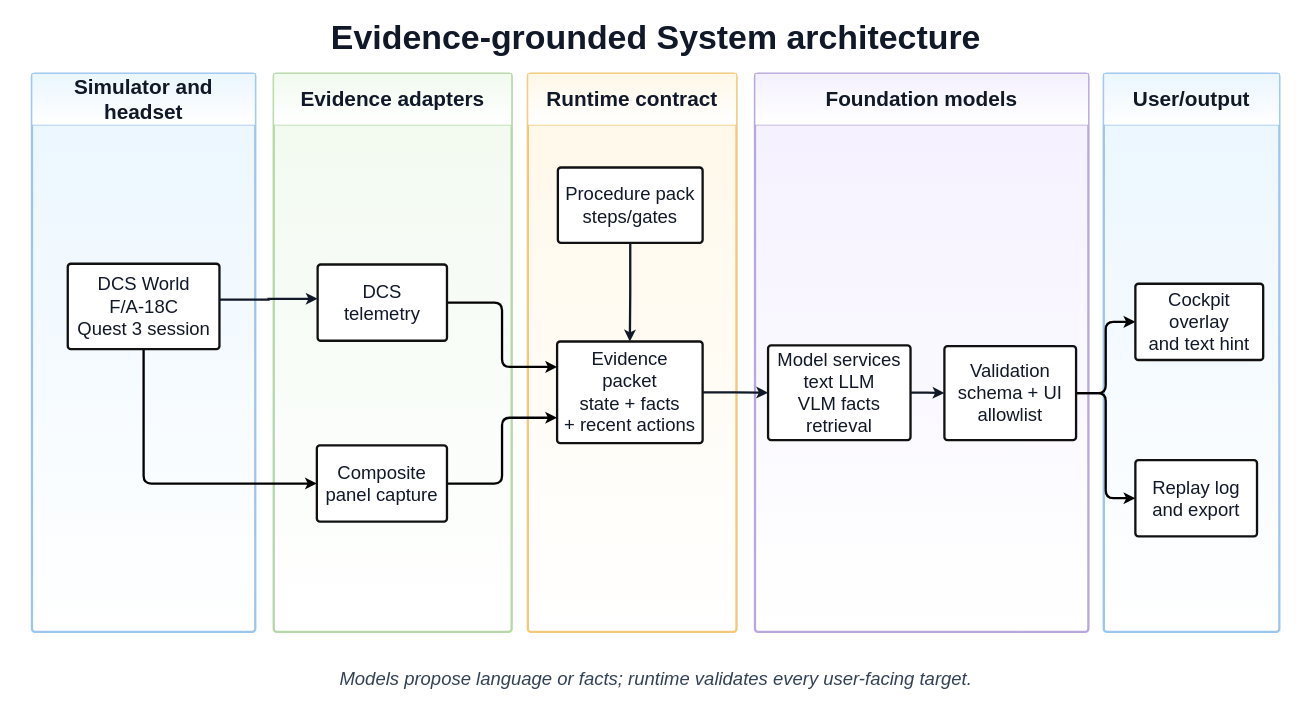
Before: page "fig_system_architecture" (1 of 10) of paper_zh/figures/drawio/cropped_replicas_all.drawio in ZombiesYard/IEFMMQ, a draw.io diagram. Source tidied: cells renumbered, new cells numbered last; positions are measured from the earlier drawing's top-left corner, leaving out a move shared by most shapes. Both pictures are drawn from the tidied source at 77%, with x=0, y=0 at pixel (13, 13).
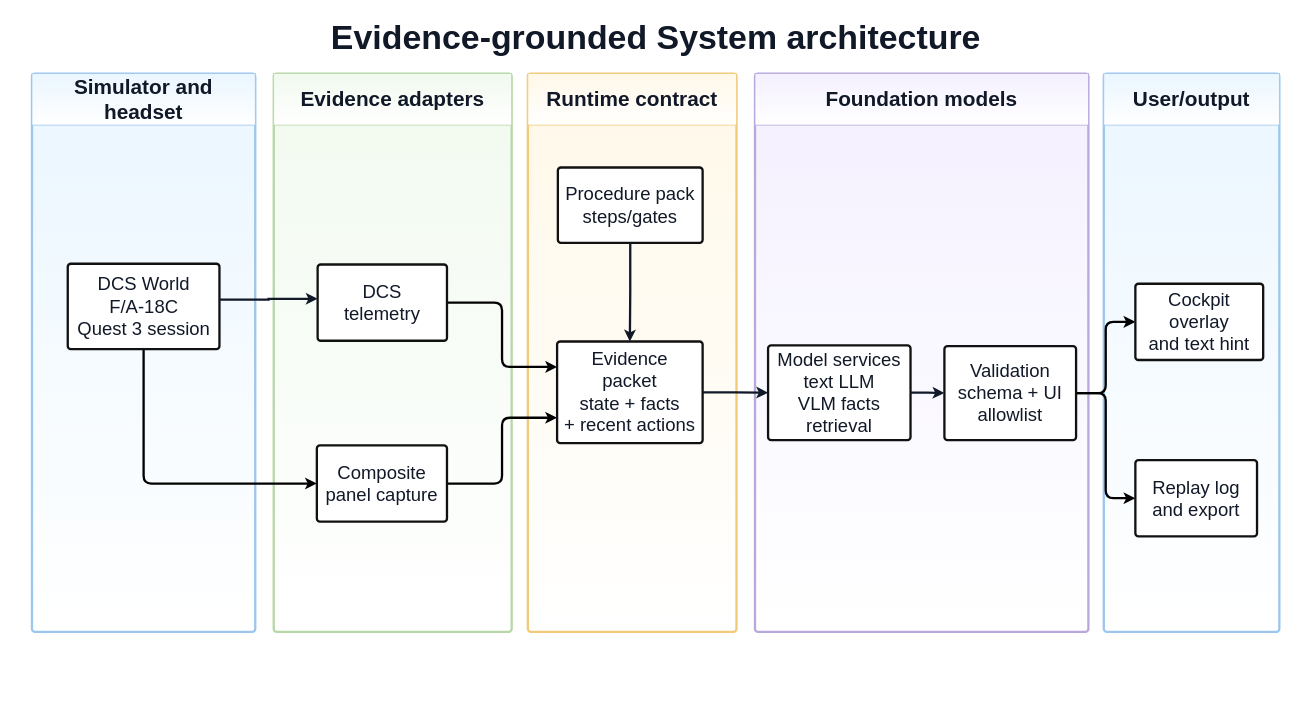
After the change.

Change to the diagram source:
```diff
@@
-    <mxCell id="31" value="Models propose language or facts; runtime validates every user-facing target." style="text;html=1;strokeColor=none;fillColor=none;whiteSpace=wrap;fontFamily=Helvetica;fontSize=24;fontStyle=2;fontColor=#334155;align=center;verticalAlign=middle;spacing=2;" parent="1" vertex="1">
-      <mxGeometry y="844" width="1669" height="40" as="geometry" />
-    </mxCell>
```
